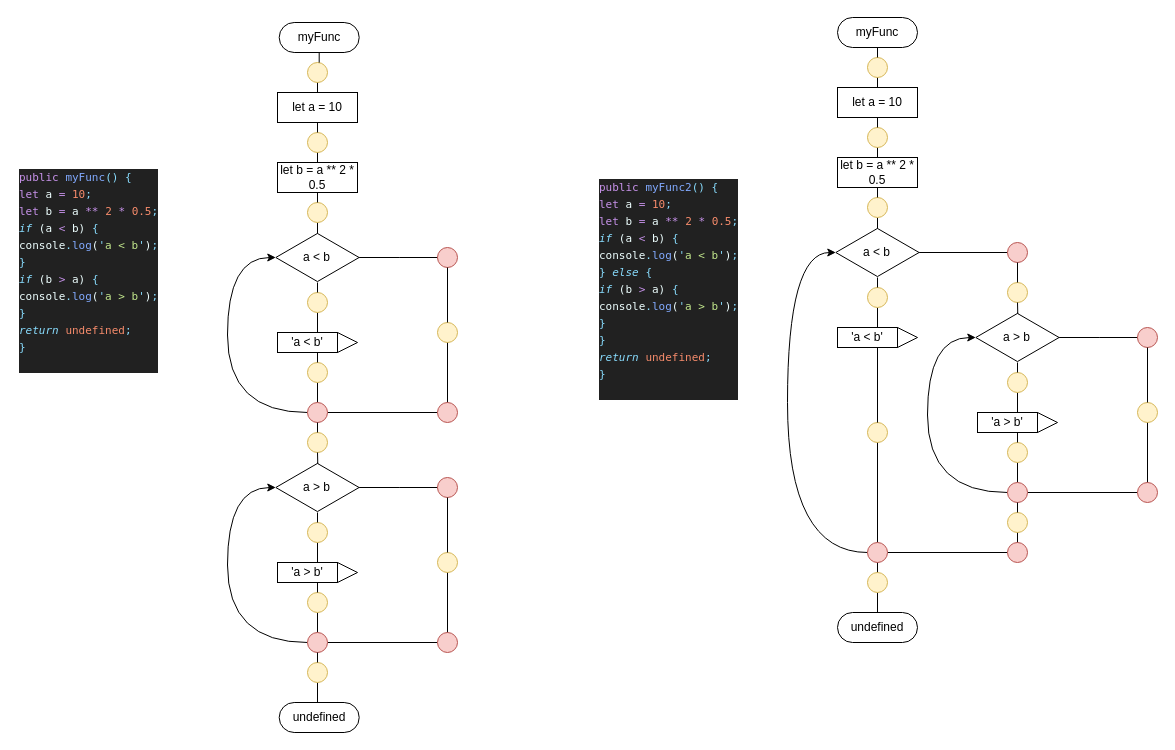
Before: schema_iter2.drawio in samarsky-canary/dragon, a draw.io diagram. Source tidied: cells renumbered, new cells numbered last; positions are measured from the earlier drawing's top-left corner, leaving out a move shared by most shapes. Both pictures are drawn from the tidied source at 100%, with x=0, y=0 at pixel (17, 17).
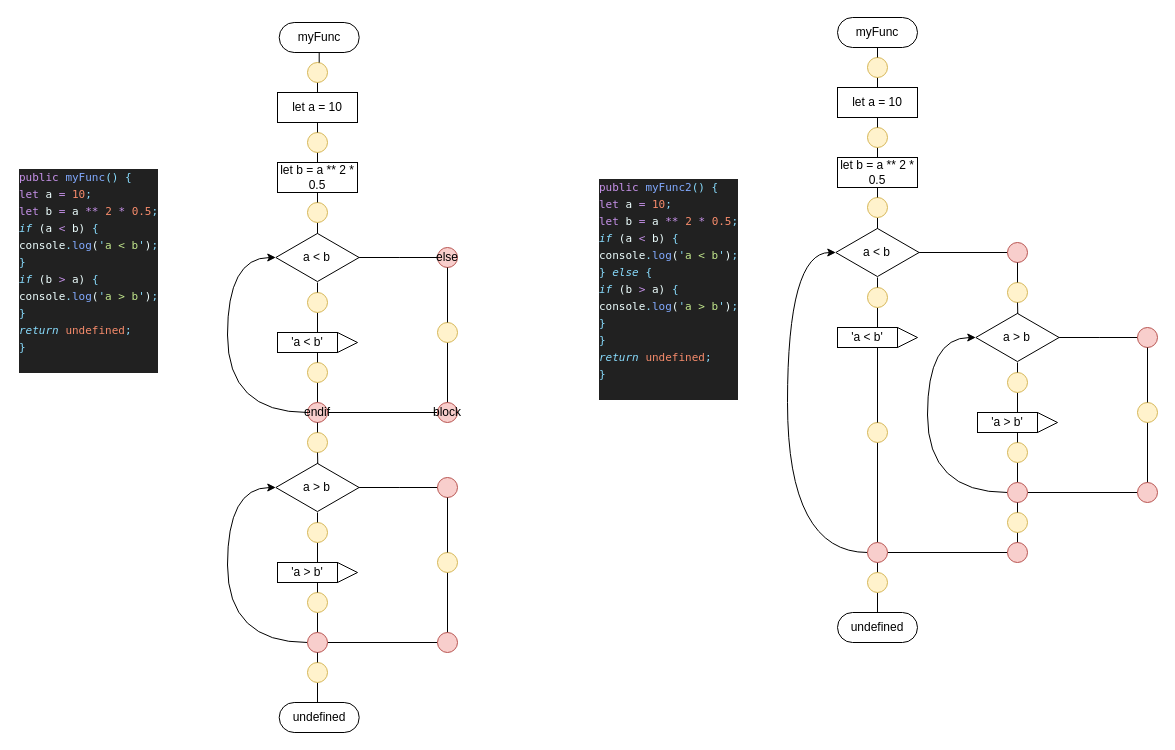
The same diagram, later.

What changed in the source:
```diff
@@
-    <mxCell id="27" style="ellipse;whiteSpace=wrap;html=1;fillColor=#f8cecc;strokeColor=#b85450;" parent="1" vertex="1">
+    <mxCell id="27" value="endif" style="ellipse;whiteSpace=wrap;html=1;fillColor=#f8cecc;strokeColor=#b85450;" parent="1" vertex="1">
       <mxGeometry x="290" y="385" width="20" height="20" as="geometry" />
     </mxCell>
-    <mxCell id="28" style="ellipse;whiteSpace=wrap;html=1;fillColor=#f8cecc;strokeColor=#b85450;" parent="1" vertex="1">
+    <mxCell id="28" value="else" style="ellipse;whiteSpace=wrap;html=1;fillColor=#f8cecc;strokeColor=#b85450;" parent="1" vertex="1">
       <mxGeometry x="420" y="230" width="20" height="20" as="geometry" />
     </mxCell>
@@
-    <mxCell id="32" style="ellipse;whiteSpace=wrap;html=1;fillColor=#f8cecc;strokeColor=#b85450;" parent="1" vertex="1">
+    <mxCell id="32" value="block" style="ellipse;whiteSpace=wrap;html=1;fillColor=#f8cecc;strokeColor=#b85450;" parent="1" vertex="1">
       <mxGeometry x="420" y="385" width="20" height="20" as="geometry" />
     </mxCell>
```
